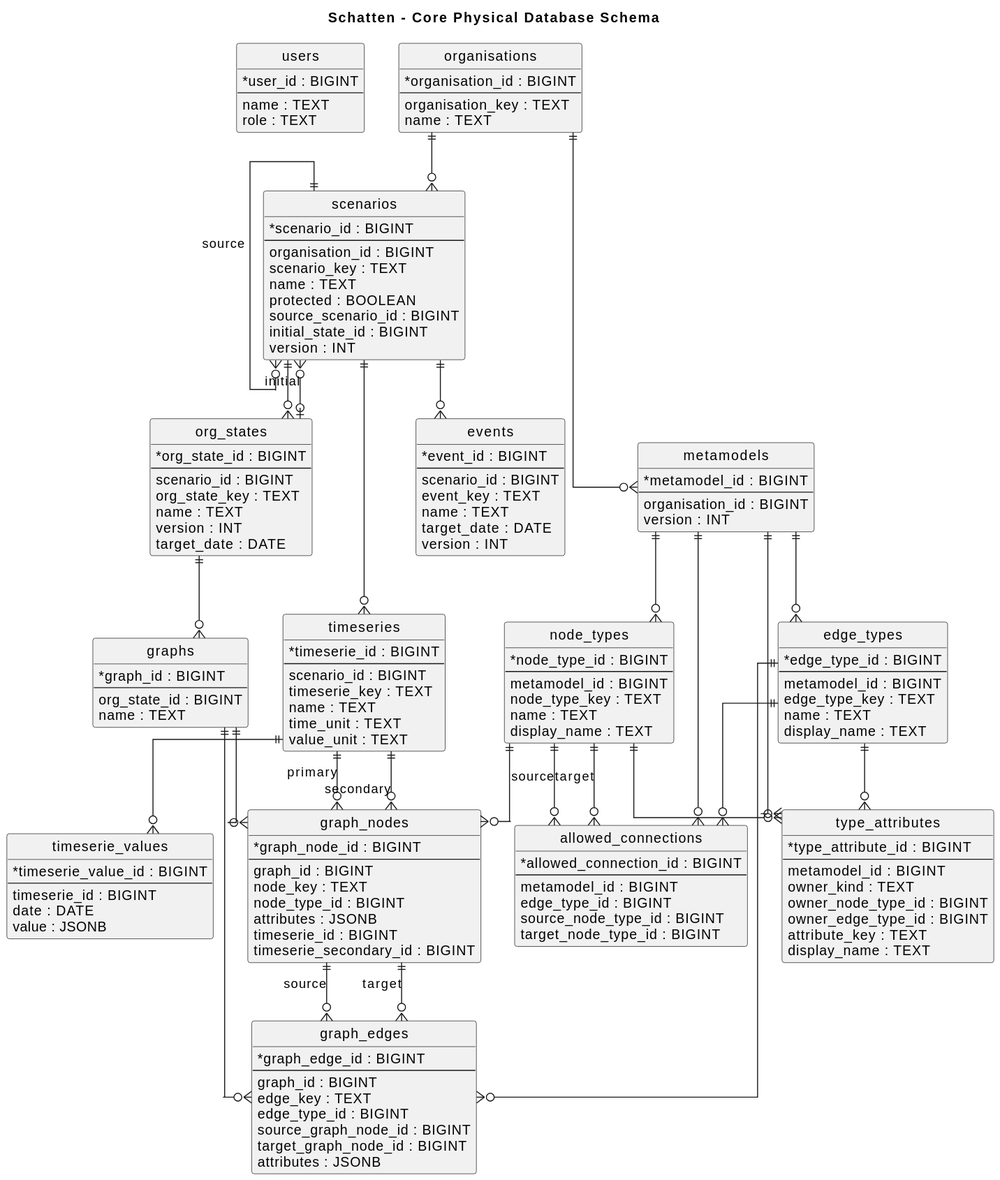
Before: docs/diagrams/generated/db-physical-schema.svg, a diagram exported from PlantUML (lupaus-eu/shadow).
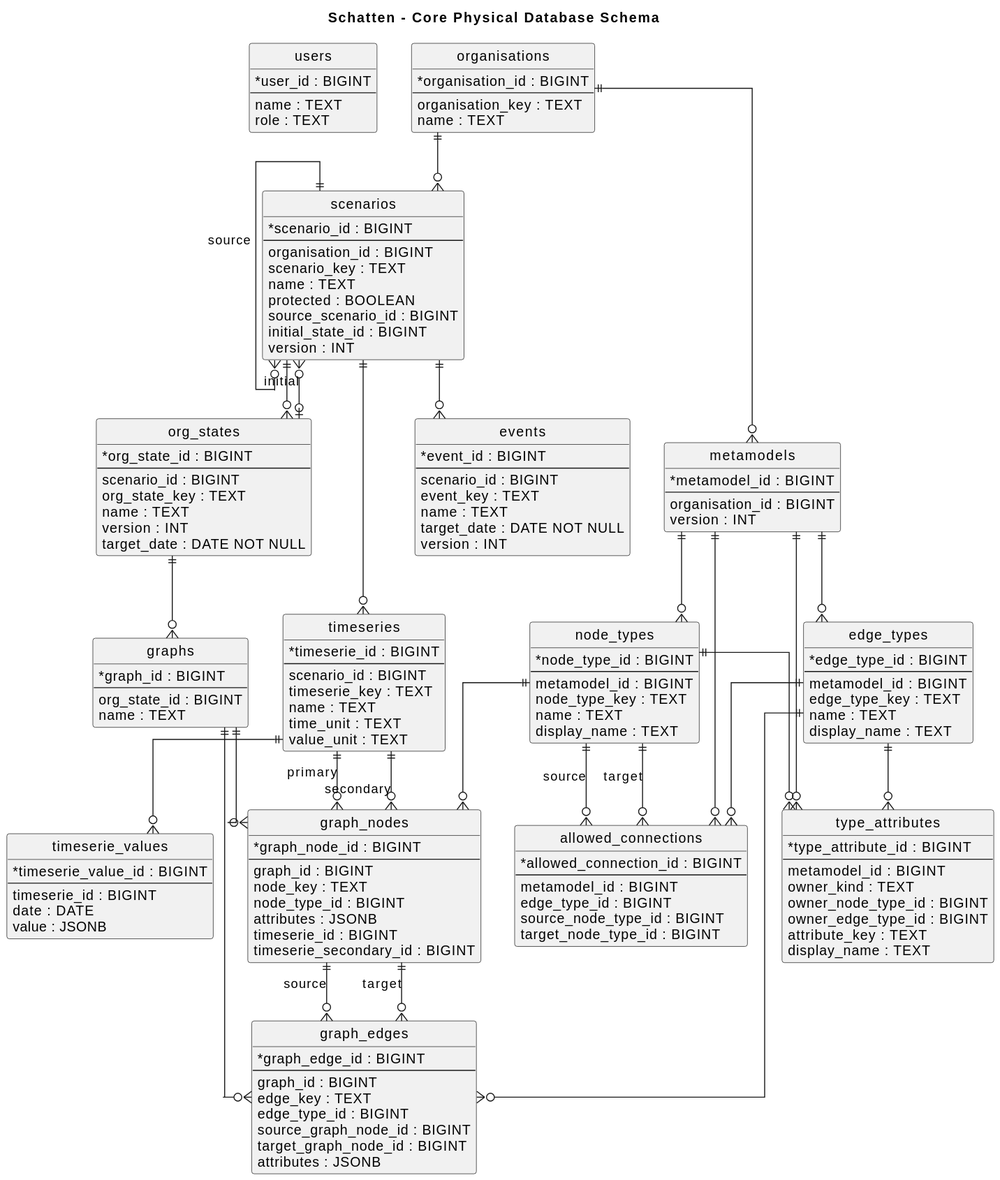
Above is the later version.

Commit message:
chore(org states): make org state and event target date non-nullable (#18)

Change to the diagram source:
```diff
@@ -38,7 +38,7 @@
   org_state_key : TEXT
   name : TEXT
   version : INT
-  target_date : DATE
+  target_date : DATE NOT NULL
 }
 
 entity "events" as events {
@@ -47,7 +47,7 @@
   scenario_id : BIGINT
   event_key : TEXT
   name : TEXT
-  target_date : DATE
+  target_date : DATE NOT NULL
   version : INT
 }
 
```
